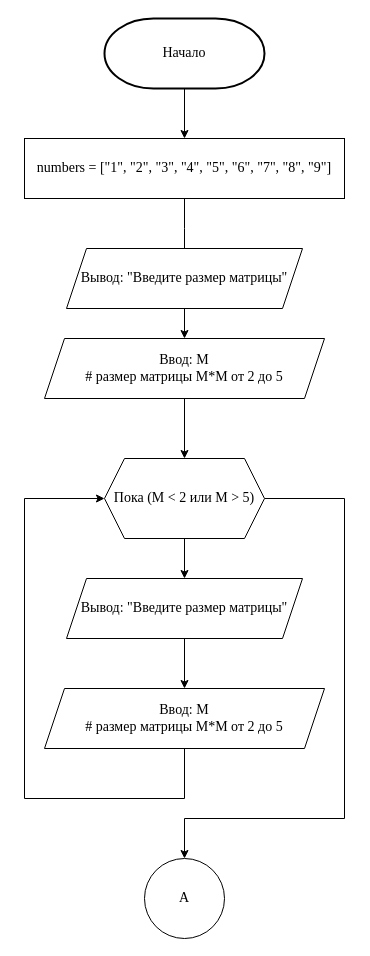
The draw.io diagram page "Страница 1" (1 of 6) of 1 курс/Информатика/Практические работы/12/Диаграмма без названия.drawio in Kirill010/RTU-MIREA, before the edit. Source tidied: cells renumbered, new cells numbered last; positions are measured from the earlier drawing's top-left corner, leaving out a move shared by most shapes. Both pictures are drawn from the tidied source at 100%, with x=0, y=0 at pixel (24, 18).
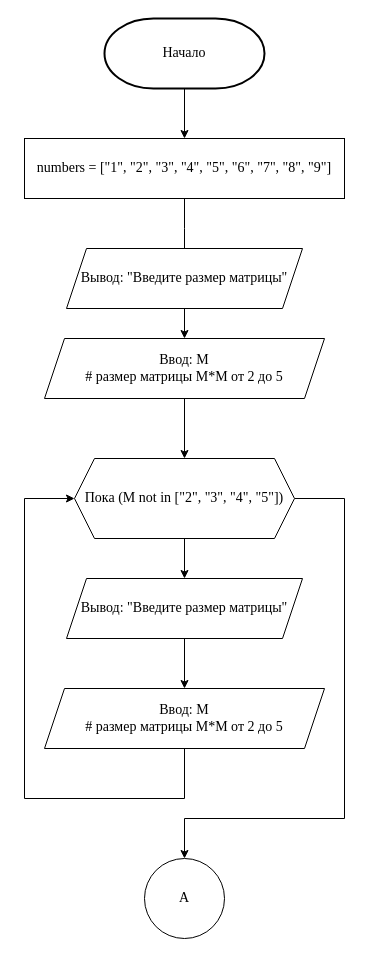
The same page after the edit.

What changed in the source:
```diff
@@
-    <mxCell id="12" value="Пока (M &amp;lt; 2 или M &amp;gt; 5)" style="shape=hexagon;perimeter=hexagonPerimeter2;whiteSpace=wrap;html=1;fixedSize=1;fontFamily=Times New Roman;fontSize=14;" parent="1" vertex="1">
-      <mxGeometry x="80" y="440" width="160" height="80" as="geometry" />
+    <mxCell id="12" value="Пока (M not in [&quot;2&quot;, &quot;3&quot;, &quot;4&quot;, &quot;5&quot;])" style="shape=hexagon;perimeter=hexagonPerimeter2;whiteSpace=wrap;html=1;fixedSize=1;fontFamily=Times New Roman;fontSize=14;" parent="1" vertex="1">
+      <mxGeometry x="50" y="440" width="220" height="80" as="geometry" />
     </mxCell>
```
